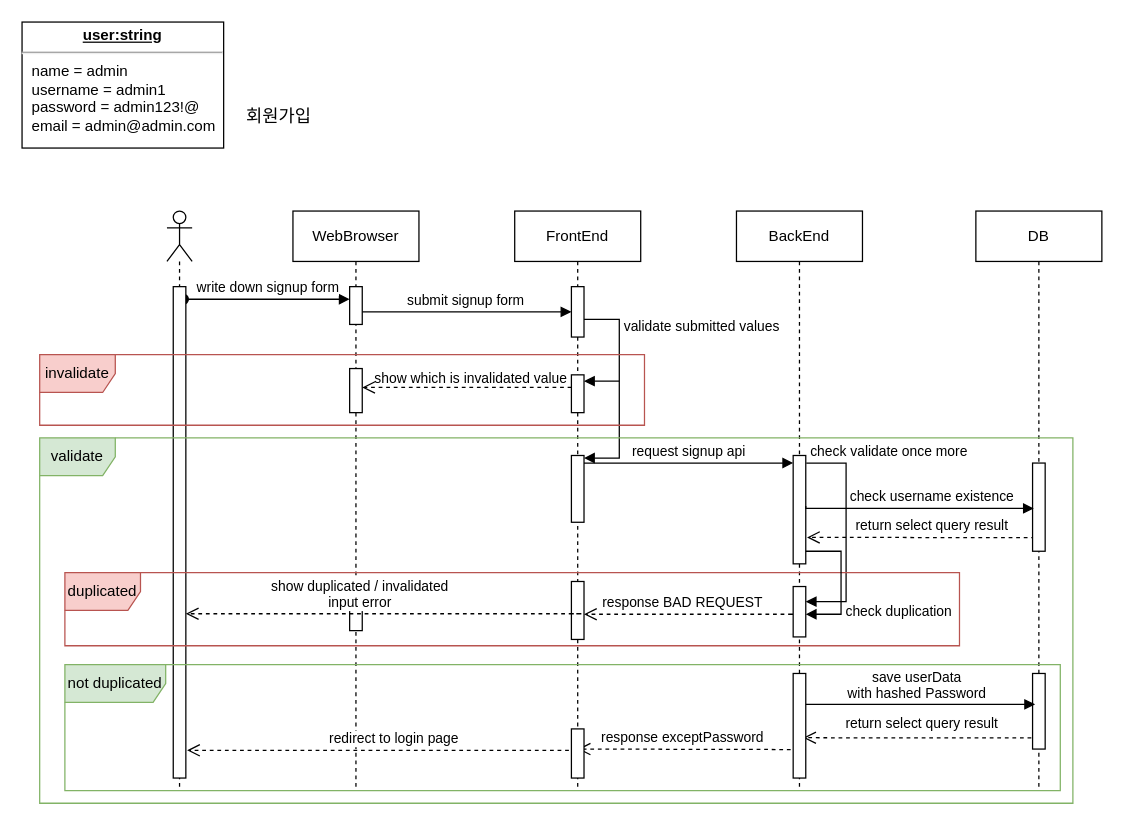
The draw.io diagram user1차 완료.drawio in sh5080/starRoad, before the edit. Source tidied: cells renumbered, new cells numbered last; positions are measured from the earlier drawing's top-left corner, leaving out a move shared by most shapes. Both pictures are drawn from the tidied source at 126%, with x=0, y=0 at pixel (21, 21).
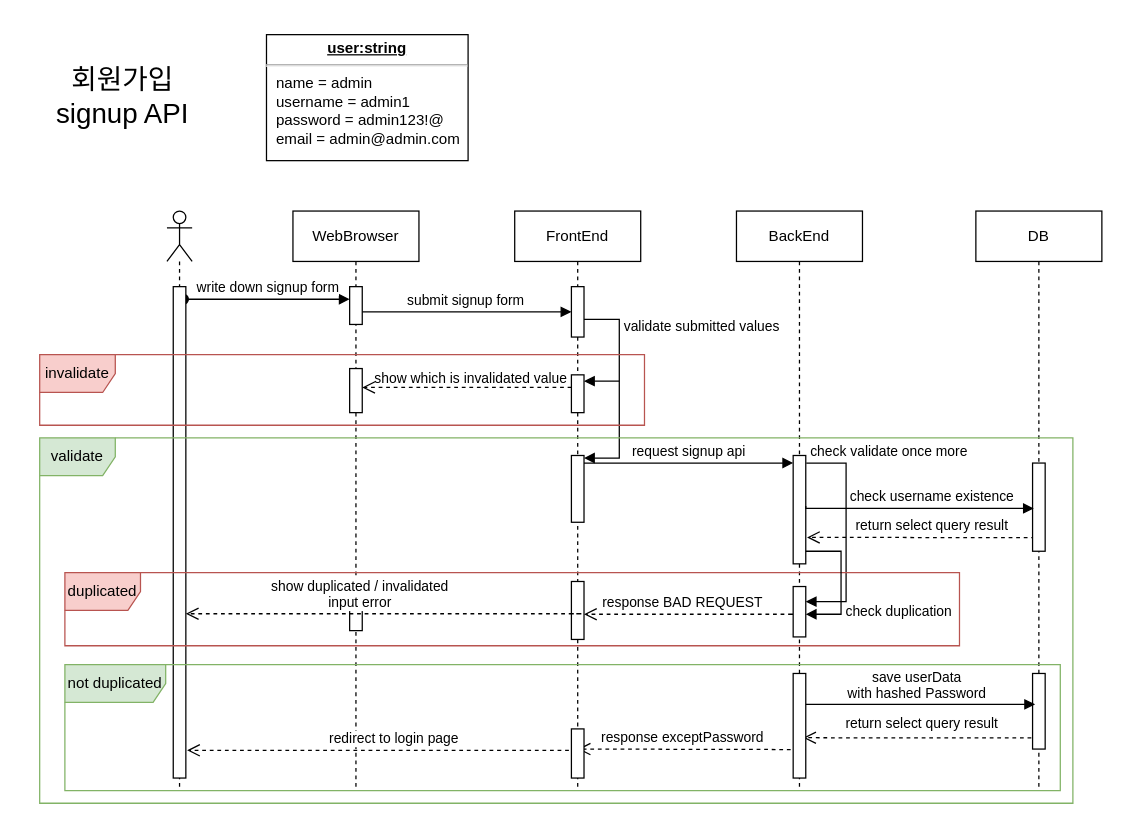
The same diagram, later.

Diff of the diagram source:
```diff
@@
-    <mxCell id="17" value="&lt;font style=&quot;font-size: 14px;&quot;&gt;회원가입&lt;/font&gt;" style="text;html=1;strokeColor=none;fillColor=none;align=center;verticalAlign=middle;whiteSpace=wrap;rounded=0;" parent="1" vertex="1">
-      <mxGeometry x="174" y="60" width="60" height="30" as="geometry" />
+    <mxCell id="17" value="&lt;font style=&quot;font-size: 22px;&quot;&gt;회원가입&lt;br&gt;signup API&lt;br&gt;&lt;/font&gt;" style="text;html=1;strokeColor=none;fillColor=none;align=center;verticalAlign=middle;whiteSpace=wrap;rounded=0;" parent="1" vertex="1">
+      <mxGeometry x="5" y="25" width="150" height="70" as="geometry" />
     </mxCell>
     <mxCell id="18" value="&lt;p style=&quot;margin:0px;margin-top:4px;text-align:center;text-decoration:underline;&quot;&gt;&lt;b&gt;user:string&lt;/b&gt;&lt;/p&gt;&lt;hr&gt;&lt;p style=&quot;margin:0px;margin-left:8px;&quot;&gt;name = admin&lt;br&gt;username = admin1&lt;br&gt;password = admin123!@&lt;/p&gt;&lt;p style=&quot;margin:0px;margin-left:8px;&quot;&gt;email = admin@admin.com&lt;/p&gt;" style="verticalAlign=top;align=left;overflow=fill;fontSize=12;fontFamily=Helvetica;html=1;whiteSpace=wrap;" parent="1" vertex="1">
-      <mxGeometry width="160" height="100" as="geometry" />
+      <mxGeometry x="194" y="10" width="160" height="100" as="geometry" />
     </mxCell>
```
